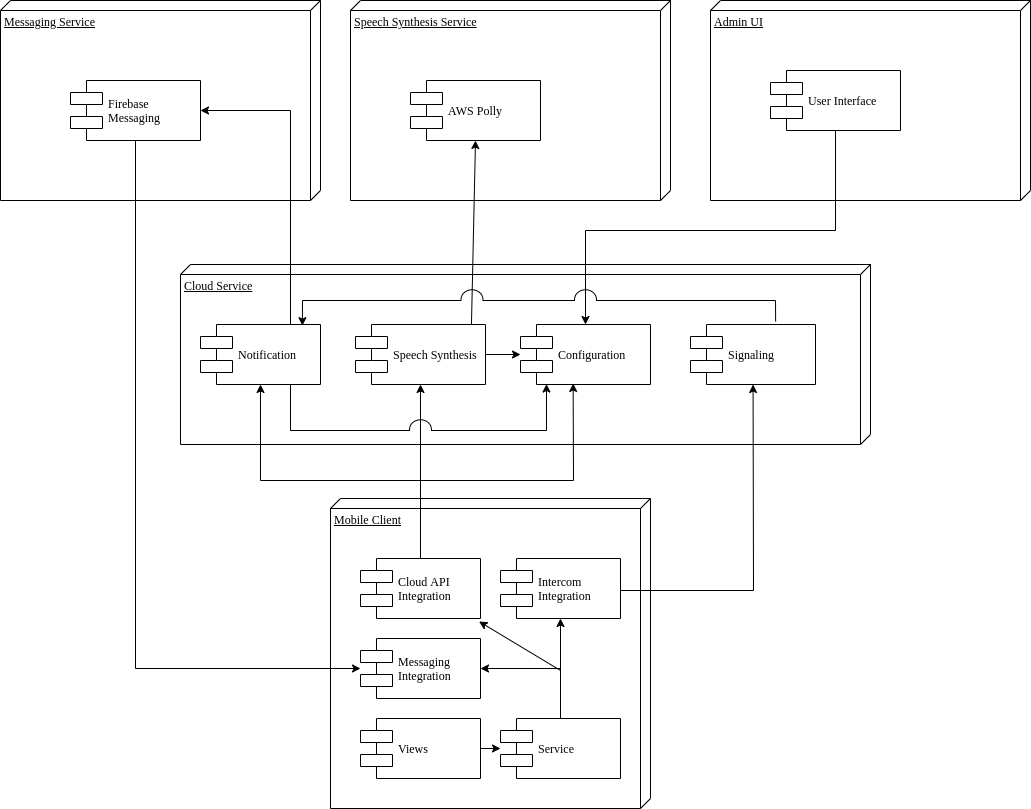
This is src/graphics/diagramms/Component_System_V03.png from jsvilling/IP6_Bachelorarbeit_Bericht_Cloudbasiertes_Praxisrufsystem, a draw.io export, as it was before one commit. Source tidied: cells renumbered, new cells last; positions are measured from the earlier drawing's top-left corner, leaving out a move shared by most shapes.
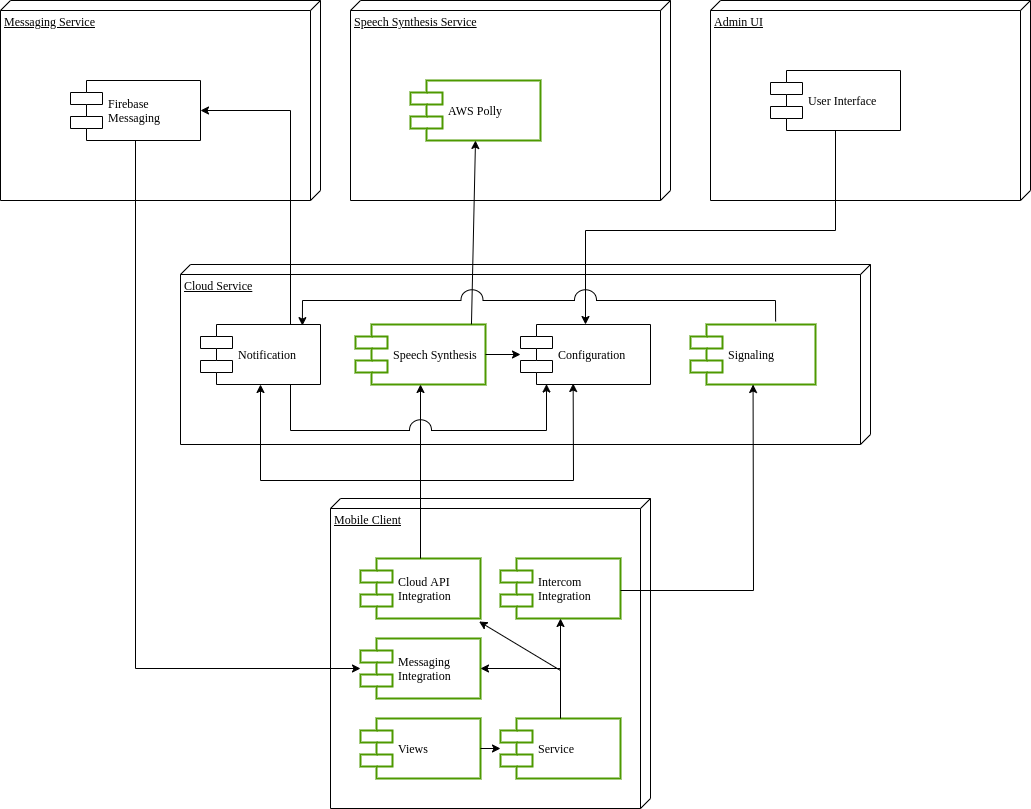
Later version of the same file.

Commit message:
Fix component diag

Diff of the diagram source:
```diff
@@ -8,7 +8,7 @@
     <mxCell id="3" value="Cloud Service" style="verticalAlign=top;align=left;spacingTop=8;spacingLeft=2;spacingRight=12;shape=cube;size=10;direction=south;fontStyle=4;html=1;rounded=0;shadow=0;comic=0;labelBackgroundColor=none;strokeWidth=1;fontFamily=Verdana;fontSize=12;" parent="1" vertex="1">
       <mxGeometry x="180" y="264" width="690" height="180" as="geometry" />
     </mxCell>
-    <mxCell id="4" value="Messaging &lt;br&gt;Integration" style="shape=component;align=left;spacingLeft=36;rounded=0;shadow=0;comic=0;labelBackgroundColor=none;strokeWidth=1;fontFamily=Verdana;fontSize=12;html=1;" parent="1" vertex="1">
+    <mxCell id="4" value="Messaging &lt;br&gt;Integration" style="shape=component;align=left;spacingLeft=36;rounded=0;shadow=0;comic=0;labelBackgroundColor=none;strokeWidth=2;fontFamily=Verdana;fontSize=12;html=1;strokeColor=#4D9900;" parent="1" vertex="1">
       <mxGeometry x="360" y="638" width="120" height="60" as="geometry" />
     </mxCell>
     <mxCell id="5" value="Admin UI" style="verticalAlign=top;align=left;spacingTop=8;spacingLeft=2;spacingRight=12;shape=cube;size=10;direction=south;fontStyle=4;html=1;rounded=0;shadow=0;comic=0;labelBackgroundColor=none;strokeWidth=1;fontFamily=Verdana;fontSize=12;" parent="1" vertex="1">
@@ -29,28 +29,28 @@
     <mxCell id="10" value="Firebase &lt;br&gt;Messaging" style="shape=component;align=left;spacingLeft=36;rounded=0;shadow=0;comic=0;labelBackgroundColor=none;strokeWidth=1;fontFamily=Verdana;fontSize=12;html=1;" parent="1" vertex="1">
       <mxGeometry x="70" y="80" width="130" height="60" as="geometry" />
     </mxCell>
-    <mxCell id="11" value="Cloud API&lt;br&gt;Integration" style="shape=component;align=left;spacingLeft=36;rounded=0;shadow=0;comic=0;labelBackgroundColor=none;strokeWidth=1;fontFamily=Verdana;fontSize=12;html=1;" parent="1" vertex="1">
+    <mxCell id="11" value="Cloud API&lt;br&gt;Integration" style="shape=component;align=left;spacingLeft=36;rounded=0;shadow=0;comic=0;labelBackgroundColor=none;strokeWidth=2;fontFamily=Verdana;fontSize=12;html=1;strokeColor=#4D9900;" parent="1" vertex="1">
       <mxGeometry x="360" y="558" width="120" height="60" as="geometry" />
     </mxCell>
-    <mxCell id="12" value="Views" style="shape=component;align=left;spacingLeft=36;rounded=0;shadow=0;comic=0;labelBackgroundColor=none;strokeWidth=1;fontFamily=Verdana;fontSize=12;html=1;" parent="1" vertex="1">
+    <mxCell id="12" value="Views" style="shape=component;align=left;spacingLeft=36;rounded=0;shadow=0;comic=0;labelBackgroundColor=none;strokeWidth=2;fontFamily=Verdana;fontSize=12;html=1;strokeColor=#4D9900;" parent="1" vertex="1">
       <mxGeometry x="360" y="718" width="120" height="60" as="geometry" />
     </mxCell>
-    <mxCell id="13" value="Signaling" style="shape=component;align=left;spacingLeft=36;rounded=0;shadow=0;comic=0;labelBackgroundColor=none;strokeWidth=1;fontFamily=Verdana;fontSize=12;html=1;" parent="1" vertex="1">
+    <mxCell id="13" value="Signaling" style="shape=component;align=left;spacingLeft=36;rounded=0;shadow=0;comic=0;labelBackgroundColor=none;strokeWidth=2;fontFamily=Verdana;fontSize=12;html=1;strokeColor=#4D9900;" parent="1" vertex="1">
       <mxGeometry x="690" y="324" width="125" height="60" as="geometry" />
     </mxCell>
-    <mxCell id="14" value="Speech Synthesis" style="shape=component;align=left;spacingLeft=36;rounded=0;shadow=0;comic=0;labelBackgroundColor=none;strokeWidth=1;fontFamily=Verdana;fontSize=12;html=1;" parent="1" vertex="1">
+    <mxCell id="14" value="Speech Synthesis" style="shape=component;align=left;spacingLeft=36;rounded=0;shadow=0;comic=0;labelBackgroundColor=none;strokeWidth=2;fontFamily=Verdana;fontSize=12;html=1;strokeColor=#4D9900;" parent="1" vertex="1">
       <mxGeometry x="355" y="324" width="130" height="60" as="geometry" />
     </mxCell>
     <mxCell id="15" value="Speech Synthesis Service" style="verticalAlign=top;align=left;spacingTop=8;spacingLeft=2;spacingRight=12;shape=cube;size=10;direction=south;fontStyle=4;html=1;rounded=0;shadow=0;comic=0;labelBackgroundColor=none;strokeWidth=1;fontFamily=Verdana;fontSize=12;" parent="1" vertex="1">
       <mxGeometry x="350" width="320" height="200" as="geometry" />
     </mxCell>
-    <mxCell id="16" value="AWS Polly" style="shape=component;align=left;spacingLeft=36;rounded=0;shadow=0;comic=0;labelBackgroundColor=none;strokeWidth=1;fontFamily=Verdana;fontSize=12;html=1;" parent="1" vertex="1">
+    <mxCell id="16" value="AWS Polly" style="shape=component;align=left;spacingLeft=36;rounded=0;shadow=0;comic=0;labelBackgroundColor=none;strokeWidth=2;fontFamily=Verdana;fontSize=12;html=1;strokeColor=#4D9900;" parent="1" vertex="1">
       <mxGeometry x="410" y="80" width="130" height="60" as="geometry" />
     </mxCell>
-    <mxCell id="17" value="Intercom &lt;br&gt;Integration" style="shape=component;align=left;spacingLeft=36;rounded=0;shadow=0;comic=0;labelBackgroundColor=none;strokeWidth=1;fontFamily=Verdana;fontSize=12;html=1;" parent="1" vertex="1">
+    <mxCell id="17" value="Intercom &lt;br&gt;Integration" style="shape=component;align=left;spacingLeft=36;rounded=0;shadow=0;comic=0;labelBackgroundColor=none;strokeWidth=2;fontFamily=Verdana;fontSize=12;html=1;strokeColor=#4D9900;" parent="1" vertex="1">
       <mxGeometry x="500" y="558" width="120" height="60" as="geometry" />
     </mxCell>
-    <mxCell id="18" value="Service" style="shape=component;align=left;spacingLeft=36;rounded=0;shadow=0;comic=0;labelBackgroundColor=none;strokeWidth=1;fontFamily=Verdana;fontSize=12;html=1;" parent="1" vertex="1">
+    <mxCell id="18" value="Service" style="shape=component;align=left;spacingLeft=36;rounded=0;shadow=0;comic=0;labelBackgroundColor=none;strokeWidth=2;fontFamily=Verdana;fontSize=12;html=1;strokeColor=#4D9900;" parent="1" vertex="1">
       <mxGeometry x="500" y="718" width="120" height="60" as="geometry" />
     </mxCell>
     <mxCell id="19" style="endArrow=classic;html=1;rounded=0;" parent="1" edge="1" source="10" target="4">
```
